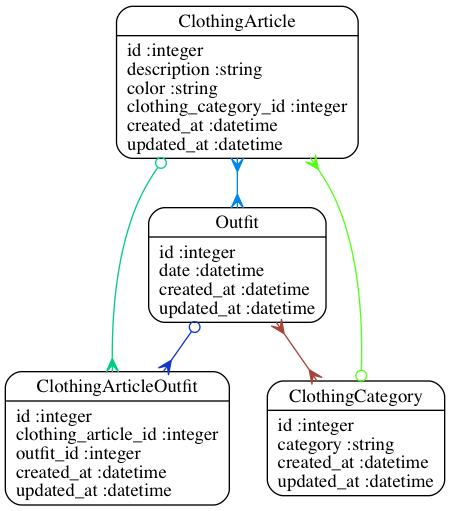
Above: models.png in kamoh/outfittracker (Graphviz), before the change. Its source is kept beside it as models.dot. Its diagram source:
```dot
digraph models_diagram {
	graph[overlap=false, splines=true]
	"ClothingArticle" [shape=Mrecord, label="{ClothingArticle|id :integer\ldescription :string\lcolor :string\lclothing_category_id :integer\lcreated_at :datetime\lupdated_at :datetime\l}"]
	"ClothingArticleOutfit" [shape=Mrecord, label="{ClothingArticleOutfit|id :integer\lclothing_article_id :integer\loutfit_id :integer\lcreated_at :datetime\lupdated_at :datetime\l}"]
	"ClothingCategory" [shape=Mrecord, label="{ClothingCategory|id :integer\lcategory :string\lcreated_at :datetime\lupdated_at :datetime\l}"]
	"Outfit" [shape=Mrecord, label="{Outfit|id :integer\ldate :datetime\lcreated_at :datetime\lupdated_at :datetime\l}"]
	"ClothingArticle" -> "ClothingArticleOutfit" [arrowtail=odot, arrowhead=crow, dir=both color="#02CC7F"]
	"ClothingArticle" -> "Outfit" [arrowtail=crow, arrowhead=crow, dir=both color="#0085EB"]
	"ClothingCategory" -> "ClothingArticle" [arrowtail=odot, arrowhead=crow, dir=both color="#53FE18"]
	"Outfit" -> "ClothingArticleOutfit" [arrowtail=odot, arrowhead=crow, dir=both color="#1037CA"]
	"Outfit" -> "ClothingCategory" [arrowtail=crow, arrowhead=crow, dir=both color="#A84339"]
}
```
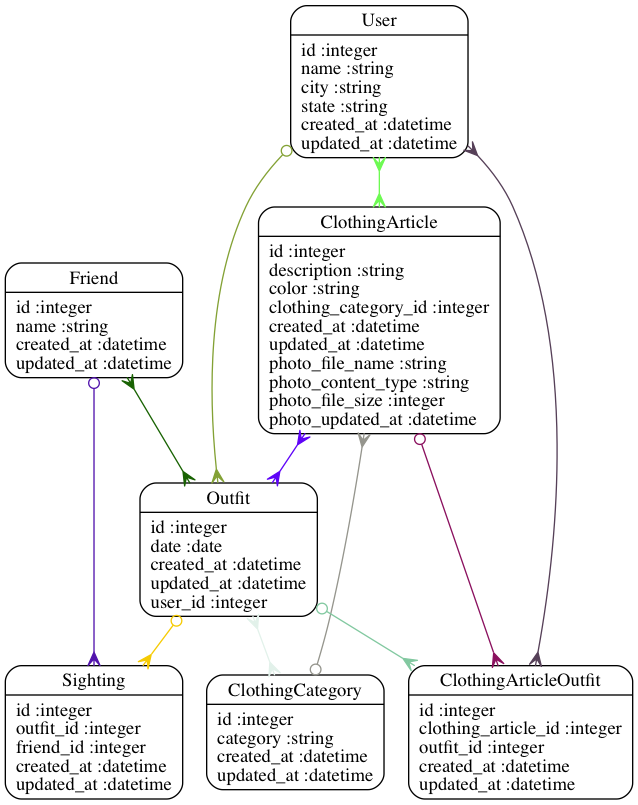
After the commit.

What changed in the source:
```diff
@@ -1,12 +1,21 @@
 digraph models_diagram {
 	graph[overlap=false, splines=true]
-	"ClothingArticle" [shape=Mrecord, label="{ClothingArticle|id :integer\ldescription :string\lcolor :string\lclothing_category_id :integer\lcreated_at :datetime\lupdated_at :datetime\l}"]
+	"ClothingArticle" [shape=Mrecord, label="{ClothingArticle|id :integer\ldescription :string\lcolor :string\lclothing_category_id :integer\lcreated_at :datetime\lupdated_at :datetime\lphoto_file_name :string\lphoto_content_type :string\lphoto_file_size :integer\lphoto_updated_at :datetime\l}"]
 	"ClothingArticleOutfit" [shape=Mrecord, label="{ClothingArticleOutfit|id :integer\lclothing_article_id :integer\loutfit_id :integer\lcreated_at :datetime\lupdated_at :datetime\l}"]
 	"ClothingCategory" [shape=Mrecord, label="{ClothingCategory|id :integer\lcategory :string\lcreated_at :datetime\lupdated_at :datetime\l}"]
-	"Outfit" [shape=Mrecord, label="{Outfit|id :integer\ldate :datetime\lcreated_at :datetime\lupdated_at :datetime\l}"]
-	"ClothingArticle" -> "ClothingArticleOutfit" [arrowtail=odot, arrowhead=crow, dir=both color="#02CC7F"]
-	"ClothingArticle" -> "Outfit" [arrowtail=crow, arrowhead=crow, dir=both color="#0085EB"]
-	"ClothingCategory" -> "ClothingArticle" [arrowtail=odot, arrowhead=crow, dir=both color="#53FE18"]
-	"Outfit" -> "ClothingArticleOutfit" [arrowtail=odot, arrowhead=crow, dir=both color="#1037CA"]
-	"Outfit" -> "ClothingCategory" [arrowtail=crow, arrowhead=crow, dir=both color="#A84339"]
+	"Friend" [shape=Mrecord, label="{Friend|id :integer\lname :string\lcreated_at :datetime\lupdated_at :datetime\l}"]
+	"Outfit" [shape=Mrecord, label="{Outfit|id :integer\ldate :date\lcreated_at :datetime\lupdated_at :datetime\luser_id :integer\l}"]
+	"Sighting" [shape=Mrecord, label="{Sighting|id :integer\loutfit_id :integer\lfriend_id :integer\lcreated_at :datetime\lupdated_at :datetime\l}"]
+	"User" [shape=Mrecord, label="{User|id :integer\lname :string\lcity :string\lstate :string\lcreated_at :datetime\lupdated_at :datetime\l}"]
+	"ClothingArticle" -> "ClothingArticleOutfit" [arrowtail=odot, arrowhead=crow, dir=both color="#8A105E"]
+	"ClothingArticle" -> "Outfit" [arrowtail=crow, arrowhead=crow, dir=both color="#5E03F7"]
+	"ClothingCategory" -> "ClothingArticle" [arrowtail=odot, arrowhead=crow, dir=both color="#95958D"]
+	"Friend" -> "Sighting" [arrowtail=odot, arrowhead=crow, dir=both color="#5113AC"]
+	"Friend" -> "Outfit" [arrowtail=crow, arrowhead=crow, dir=both color="#186202"]
+	"Outfit" -> "ClothingArticleOutfit" [arrowtail=odot, arrowhead=crow, dir=both color="#82C8A0"]
+	"Outfit" -> "ClothingCategory" [arrowtail=crow, arrowhead=crow, dir=both color="#E2F1EA"]
+	"Outfit" -> "Sighting" [arrowtail=odot, arrowhead=crow, dir=both color="#F5CA03"]
+	"User" -> "Outfit" [arrowtail=odot, arrowhead=crow, dir=both color="#83A135"]
+	"User" -> "ClothingArticleOutfit" [arrowtail=crow, arrowhead=crow, dir=both color="#564058"]
+	"User" -> "ClothingArticle" [arrowtail=crow, arrowhead=crow, dir=both color="#6DFA52"]
 }
```
